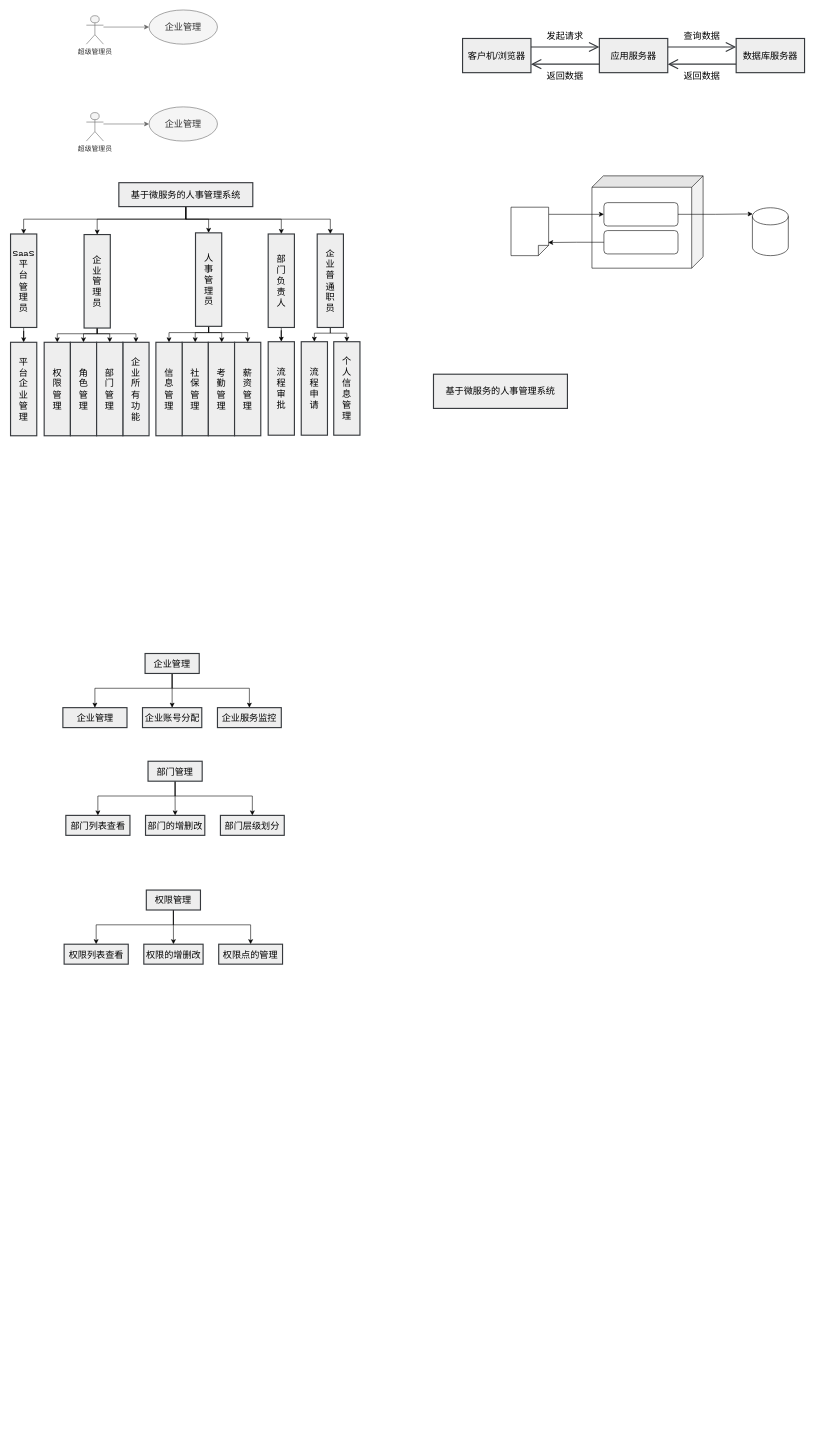
Earlier version of the draw.io diagram 人力资源管理.drawio (cuitao1998/diagram). Source tidied: cells renumbered, new cells numbered last; positions are measured from the earlier drawing's top-left corner, leaving out a move shared by most shapes. Both pictures are drawn from the tidied source at 57%, with x=0, y=0 at pixel (10, 10).
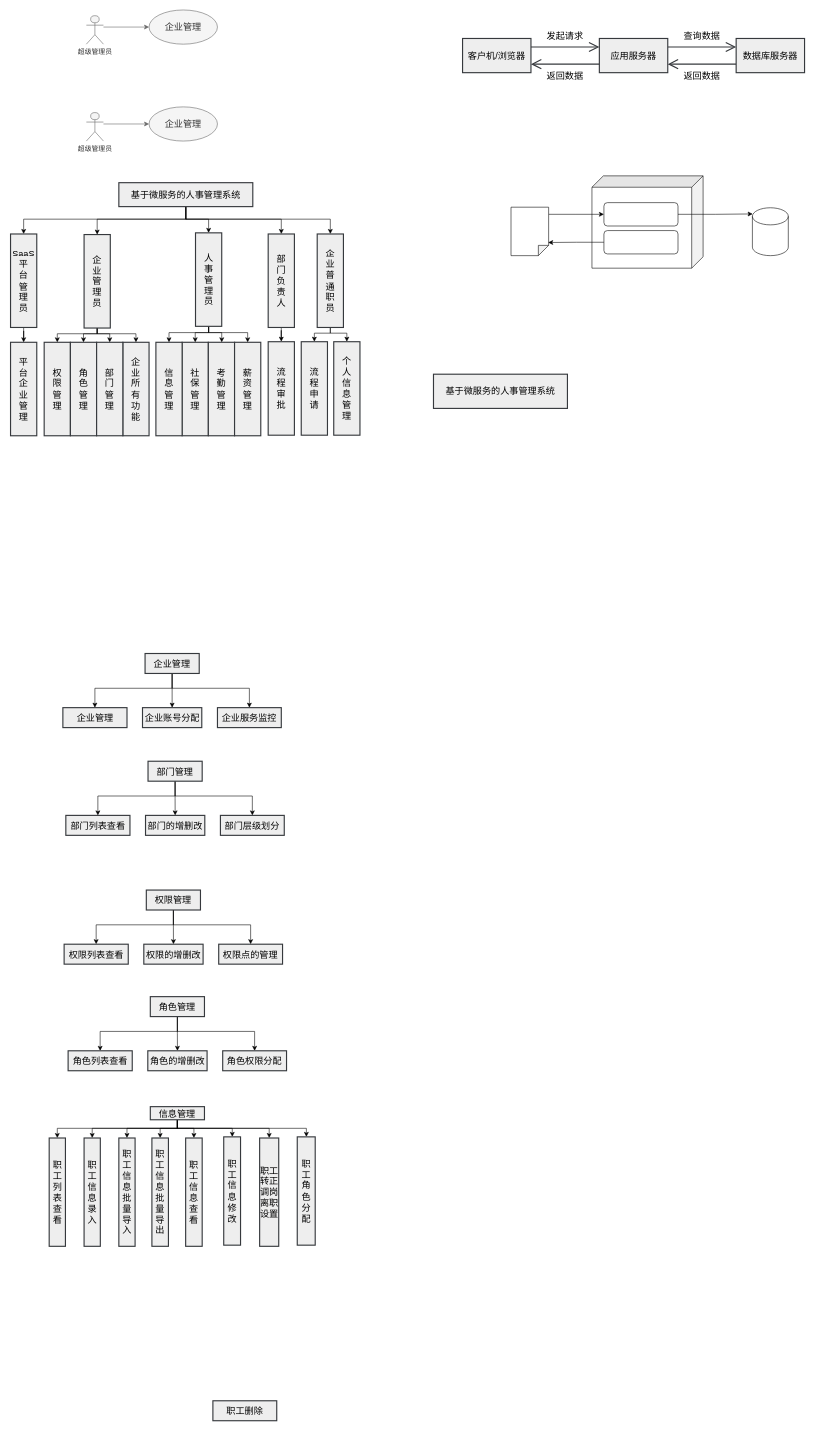
The same diagram, later.

Commit message (it also covers changes not shown here):
Update 人力资源管理.drawio

Change to the diagram source:
```diff
@@
+    <mxCell id="84" style="edgeStyle=orthogonalEdgeStyle;rounded=0;jettySize=auto;html=1;" parent="1" edge="1" source="87" target="88">
+      <mxGeometry relative="1" as="geometry">
+        <Array as="points">
+          <mxPoint x="293.2" y="1792" />
+          <mxPoint x="157.2" y="1792" />
+        </Array>
+      </mxGeometry>
+    </mxCell>
+    <mxCell id="85" style="edgeStyle=orthogonalEdgeStyle;rounded=0;jettySize=auto;html=1;entryX=0.5;entryY=0;entryDx=0;entryDy=0;" parent="1" edge="1" source="87" target="89">
+      <mxGeometry relative="1" as="geometry" />
+    </mxCell>
+    <mxCell id="86" style="edgeStyle=orthogonalEdgeStyle;rounded=0;jettySize=auto;html=1;" parent="1" edge="1" source="87" target="90">
+      <mxGeometry relative="1" as="geometry">
+        <Array as="points">
+          <mxPoint x="293.2" y="1792" />
+          <mxPoint x="428.2" y="1792" />
+        </Array>
+      </mxGeometry>
+    </mxCell>
+    <mxCell id="87" value="&lt;span style=&quot;font-size: 16px&quot;&gt;角色管理&lt;br&gt;&lt;/span&gt;" style="whiteSpace=wrap;html=1;hachureGap=4;fillColor=#eeeeee;strokeColor=#36393d;strokeWidth=2;" parent="1" vertex="1">
+      <mxGeometry x="245.2" y="1731" width="95" height="35" as="geometry" />
+    </mxCell>
+    <mxCell id="88" value="&lt;span style=&quot;font-size: 16px&quot;&gt;角色列表查看&lt;br&gt;&lt;/span&gt;" style="whiteSpace=wrap;html=1;hachureGap=4;fillColor=#eeeeee;strokeColor=#36393d;strokeWidth=2;" parent="1" vertex="1">
+      <mxGeometry x="101" y="1826" width="112.5" height="35" as="geometry" />
+    </mxCell>
+    <mxCell id="89" value="&lt;span style=&quot;font-size: 16px&quot;&gt;角色的增删改&lt;/span&gt;&lt;span style=&quot;font-size: 16px&quot;&gt;&lt;br&gt;&lt;/span&gt;" style="whiteSpace=wrap;html=1;hachureGap=4;fillColor=#eeeeee;strokeColor=#36393d;strokeWidth=2;" parent="1" vertex="1">
+      <mxGeometry x="240.8" y="1826" width="104" height="35" as="geometry" />
+    </mxCell>
+    <mxCell id="90" value="&lt;span style=&quot;font-size: 16px&quot;&gt;角色权限分配&lt;br&gt;&lt;/span&gt;" style="whiteSpace=wrap;html=1;hachureGap=4;fillColor=#eeeeee;strokeColor=#36393d;strokeWidth=2;" parent="1" vertex="1">
+      <mxGeometry x="372.2" y="1826" width="112" height="35" as="geometry" />
+    </mxCell>
+    <mxCell id="91" style="edgeStyle=orthogonalEdgeStyle;rounded=0;jettySize=auto;html=1;" parent="1" edge="1" source="99" target="108">
+      <mxGeometry relative="1" as="geometry">
+        <Array as="points">
+          <mxPoint x="293" y="1962" />
+          <mxPoint x="82" y="1962" />
+        </Array>
+      </mxGeometry>
+    </mxCell>
+    <mxCell id="92" style="edgeStyle=orthogonalEdgeStyle;rounded=0;jettySize=auto;html=1;entryX=0.5;entryY=0;entryDx=0;entryDy=0;" parent="1" edge="1" source="99" target="102">
+      <mxGeometry relative="1" as="geometry">
+        <Array as="points">
+          <mxPoint x="293" y="1962" />
+          <mxPoint x="143" y="1962" />
+        </Array>
+      </mxGeometry>
+    </mxCell>
+    <mxCell id="93" style="edgeStyle=orthogonalEdgeStyle;rounded=0;jettySize=auto;html=1;entryX=0.5;entryY=0;entryDx=0;entryDy=0;" parent="1" edge="1" source="99" target="100">
+      <mxGeometry relative="1" as="geometry">
+        <Array as="points">
+          <mxPoint x="293" y="1962" />
+          <mxPoint x="204" y="1962" />
+        </Array>
+      </mxGeometry>
+    </mxCell>
+    <mxCell id="94" style="edgeStyle=orthogonalEdgeStyle;rounded=0;jettySize=auto;html=1;entryX=0.5;entryY=0;entryDx=0;entryDy=0;" parent="1" edge="1" source="99" target="101">
+      <mxGeometry relative="1" as="geometry">
+        <Array as="points">
+          <mxPoint x="293" y="1962" />
+          <mxPoint x="263" y="1962" />
+        </Array>
+      </mxGeometry>
+    </mxCell>
+    <mxCell id="95" style="edgeStyle=orthogonalEdgeStyle;rounded=0;jettySize=auto;html=1;entryX=0.5;entryY=0;entryDx=0;entryDy=0;" parent="1" edge="1" source="99" target="103">
+      <mxGeometry relative="1" as="geometry">
+        <Array as="points">
+          <mxPoint x="293" y="1962" />
+          <mxPoint x="322" y="1962" />
+        </Array>
+      </mxGeometry>
+    </mxCell>
+    <mxCell id="96" style="edgeStyle=orthogonalEdgeStyle;rounded=0;jettySize=auto;html=1;" parent="1" edge="1" source="99" target="104">
+      <mxGeometry relative="1" as="geometry">
+        <Array as="points">
+          <mxPoint x="293" y="1962" />
+          <mxPoint x="389" y="1962" />
+        </Array>
+      </mxGeometry>
+    </mxCell>
+    <mxCell id="97" style="edgeStyle=orthogonalEdgeStyle;rounded=0;jettySize=auto;html=1;entryX=0.5;entryY=0;entryDx=0;entryDy=0;" parent="1" edge="1" source="99" target="105">
+      <mxGeometry relative="1" as="geometry">
+        <Array as="points">
+          <mxPoint x="293" y="1962" />
+          <mxPoint x="454" y="1962" />
+        </Array>
+      </mxGeometry>
+    </mxCell>
+    <mxCell id="98" style="edgeStyle=orthogonalEdgeStyle;rounded=0;jettySize=auto;html=1;" parent="1" edge="1" source="99" target="106">
+      <mxGeometry relative="1" as="geometry">
+        <Array as="points">
+          <mxPoint x="293" y="1962" />
+          <mxPoint x="519" y="1962" />
+        </Array>
+      </mxGeometry>
+    </mxCell>
+    <mxCell id="99" value="&lt;span style=&quot;font-size: 16px&quot;&gt;信息管理&lt;br&gt;&lt;/span&gt;" style="whiteSpace=wrap;html=1;hachureGap=4;fillColor=#eeeeee;strokeColor=#36393d;strokeWidth=2;" parent="1" vertex="1">
+      <mxGeometry x="245.2" y="1924" width="95" height="23" as="geometry" />
+    </mxCell>
+    <mxCell id="100" value="&lt;span style=&quot;font-size: 16px&quot;&gt;职工信息批量导入&lt;br&gt;&lt;/span&gt;" style="whiteSpace=wrap;html=1;hachureGap=4;fillColor=#eeeeee;strokeColor=#36393d;strokeWidth=2;" parent="1" vertex="1">
+      <mxGeometry x="190" y="1979" width="28.5" height="190" as="geometry" />
+    </mxCell>
+    <mxCell id="101" value="&lt;span style=&quot;font-size: 16px&quot;&gt;职工信息批量导出&lt;br&gt;&lt;/span&gt;" style="whiteSpace=wrap;html=1;hachureGap=4;fillColor=#eeeeee;strokeColor=#36393d;strokeWidth=2;" parent="1" vertex="1">
+      <mxGeometry x="248" y="1979" width="29" height="190" as="geometry" />
+    </mxCell>
+    <mxCell id="102" value="&lt;span style=&quot;font-size: 16px&quot;&gt;职工信息录入&lt;br&gt;&lt;/span&gt;" style="whiteSpace=wrap;html=1;hachureGap=4;fillColor=#eeeeee;strokeColor=#36393d;strokeWidth=2;" parent="1" vertex="1">
+      <mxGeometry x="129" y="1979" width="28.5" height="190" as="geometry" />
+    </mxCell>
+    <mxCell id="103" value="&lt;span style=&quot;font-size: 16px&quot;&gt;职工信息查看&lt;br&gt;&lt;/span&gt;" style="whiteSpace=wrap;html=1;hachureGap=4;fillColor=#eeeeee;strokeColor=#36393d;strokeWidth=2;" parent="1" vertex="1">
+      <mxGeometry x="307.2" y="1979" width="29" height="190" as="geometry" />
+    </mxCell>
+    <mxCell id="104" value="&lt;span style=&quot;font-size: 16px&quot;&gt;职工信息修改&lt;br&gt;&lt;/span&gt;" style="whiteSpace=wrap;html=1;hachureGap=4;fillColor=#eeeeee;strokeColor=#36393d;strokeWidth=2;" parent="1" vertex="1">
+      <mxGeometry x="374" y="1977" width="29.5" height="190" as="geometry" />
+    </mxCell>
+    <mxCell id="105" value="&lt;span style=&quot;font-size: 16px&quot;&gt;职工转正调岗离职设置&lt;br&gt;&lt;/span&gt;" style="whiteSpace=wrap;html=1;hachureGap=4;fillColor=#eeeeee;strokeColor=#36393d;strokeWidth=2;" parent="1" vertex="1">
+      <mxGeometry x="437" y="1979" width="33.5" height="190" as="geometry" />
+    </mxCell>
+    <mxCell id="106" value="&lt;span style=&quot;font-size: 16px&quot;&gt;职工角色分配&lt;br&gt;&lt;/span&gt;" style="whiteSpace=wrap;html=1;hachureGap=4;fillColor=#eeeeee;strokeColor=#36393d;strokeWidth=2;" parent="1" vertex="1">
+      <mxGeometry x="503" y="1977" width="31.5" height="190" as="geometry" />
+    </mxCell>
+    <mxCell id="107" value="&lt;span style=&quot;font-size: 16px&quot;&gt;职工删除&lt;br&gt;&lt;/span&gt;" style="whiteSpace=wrap;html=1;hachureGap=4;fillColor=#eeeeee;strokeColor=#36393d;strokeWidth=2;" parent="1" vertex="1">
+      <mxGeometry x="355" y="2440" width="112" height="35" as="geometry" />
+    </mxCell>
+    <mxCell id="108" value="&lt;span style=&quot;font-size: 16px&quot;&gt;职工列表查看&lt;br&gt;&lt;/span&gt;" style="whiteSpace=wrap;html=1;hachureGap=4;fillColor=#eeeeee;strokeColor=#36393d;strokeWidth=2;" parent="1" vertex="1">
+      <mxGeometry x="67.8" y="1979" width="28.5" height="190" as="geometry" />
+    </mxCell>
```
